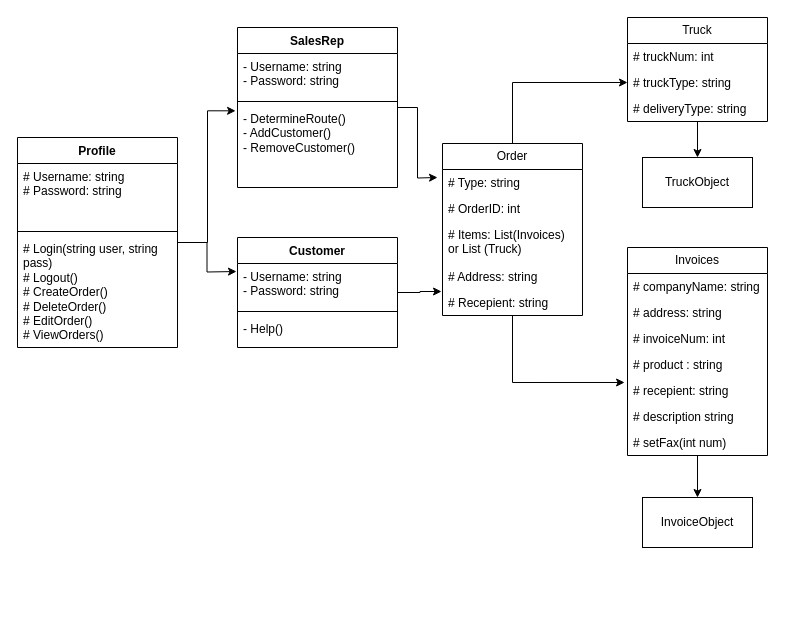
Earlier version of the draw.io diagram Untitled Diagram.drawio (ProjectMalarus/ProjectMalarus). Source tidied: cells renumbered, new cells numbered last; positions are measured from the earlier drawing's top-left corner, leaving out a move shared by most shapes. Both pictures are drawn from the tidied source at 100%, with x=0, y=0 at pixel (17, 17).
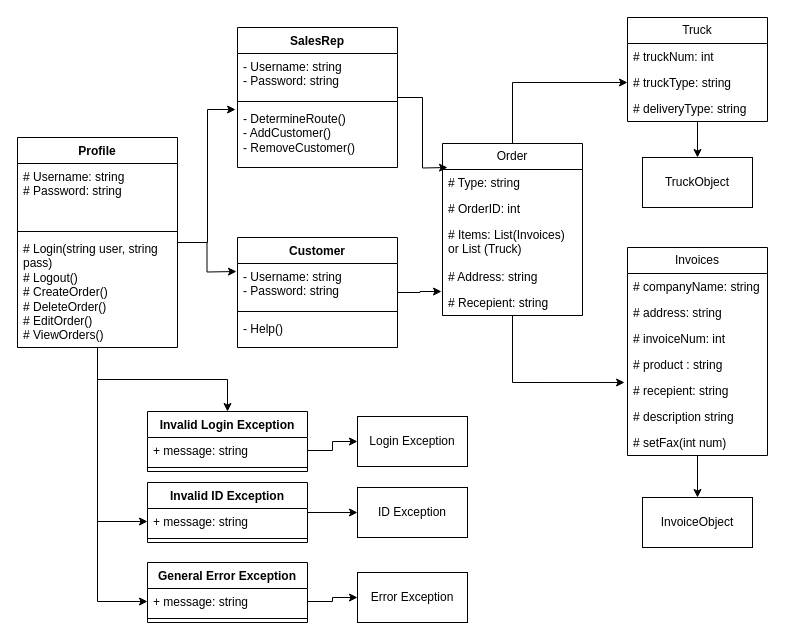
The same diagram, later.

Unchanged cells that the change refers to:
```xml
<mxCell id="2" value="Profile" style="swimlane;fontStyle=1;align=center;verticalAlign=top;horizontal=1;startSize=26;whiteSpace=wrap;html=1;" parent="1" vertex="1">
  <mxGeometry y="120" width="160" height="210" as="geometry" />
</mxCell>
```

Change to the diagram source:
```diff
@@
+    <mxCell id="42" style="edgeStyle=orthogonalEdgeStyle;rounded=0;jettySize=auto;html=1;" parent="1" edge="1" source="2" target="45">
+      <mxGeometry relative="1" as="geometry" />
+    </mxCell>
+    <mxCell id="43" style="edgeStyle=orthogonalEdgeStyle;rounded=0;jettySize=auto;html=1;entryX=0;entryY=0.5;entryDx=0;entryDy=0;" parent="1" edge="1" source="2" target="50">
+      <mxGeometry relative="1" as="geometry" />
+    </mxCell>
+    <mxCell id="44" style="edgeStyle=orthogonalEdgeStyle;rounded=0;jettySize=auto;html=1;entryX=0;entryY=0.5;entryDx=0;entryDy=0;" parent="1" edge="1" source="2" target="53">
+      <mxGeometry relative="1" as="geometry" />
+    </mxCell>
@@
     <mxCell id="6" style="edgeStyle=orthogonalEdgeStyle;rounded=0;jettySize=auto;html=1;" parent="1" edge="1" source="7">
       <mxGeometry relative="1" as="geometry">
-        <mxPoint x="420" y="160" as="targetPoint" />
+        <mxPoint x="430" y="150" as="targetPoint" />
       </mxGeometry>
     </mxCell>
     <mxCell id="7" value="SalesRep" style="swimlane;fontStyle=1;align=center;verticalAlign=top;horizontal=1;startSize=26;whiteSpace=wrap;html=1;" parent="1" vertex="1">
-      <mxGeometry x="220" y="10" width="160" height="160" as="geometry" />
+      <mxGeometry x="220" y="10" width="160" height="140" as="geometry" />
     </mxCell>
@@
     <mxCell id="10" value="&lt;div&gt;- DetermineRoute()&lt;/div&gt;&lt;div&gt;- AddCustomer()&lt;/div&gt;&lt;div&gt;- RemoveCustomer()&lt;/div&gt;" style="text;strokeColor=none;fillColor=none;align=left;verticalAlign=top;spacingLeft=4;spacingRight=4;overflow=hidden;points=[[0,0.5],[1,0.5]];portConstraint=eastwest;whiteSpace=wrap;html=1;" parent="7" vertex="1">
-      <mxGeometry y="78" width="160" height="82" as="geometry" />
+      <mxGeometry y="78" width="160" height="62" as="geometry" />
     </mxCell>
@@
+    <mxCell id="45" value="Invalid Login Exception" style="swimlane;fontStyle=1;align=center;verticalAlign=top;horizontal=1;startSize=26;whiteSpace=wrap;html=1;" parent="1" vertex="1">
+      <mxGeometry x="130" y="394" width="160" height="60" as="geometry" />
+    </mxCell>
+    <mxCell id="46" value="+ message: string&amp;nbsp;" style="text;strokeColor=none;fillColor=none;align=left;verticalAlign=top;spacingLeft=4;spacingRight=4;overflow=hidden;points=[[0,0.5],[1,0.5]];portConstraint=eastwest;whiteSpace=wrap;html=1;" parent="45" vertex="1">
+      <mxGeometry y="26" width="160" height="26" as="geometry" />
+    </mxCell>
+    <mxCell id="47" style="line;strokeWidth=1;fillColor=none;align=left;verticalAlign=middle;spacingTop=-1;spacingLeft=3;spacingRight=3;labelPosition=right;strokeColor=inherit;" parent="45" vertex="1">
+      <mxGeometry y="52" width="160" height="8" as="geometry" />
+    </mxCell>
+    <mxCell id="48" style="edgeStyle=orthogonalEdgeStyle;rounded=0;jettySize=auto;html=1;entryX=0;entryY=0.5;entryDx=0;entryDy=0;" parent="1" edge="1" source="49" target="57">
+      <mxGeometry relative="1" as="geometry" />
+    </mxCell>
+    <mxCell id="49" value="Invalid ID Exception" style="swimlane;fontStyle=1;align=center;verticalAlign=top;horizontal=1;startSize=26;whiteSpace=wrap;html=1;" parent="1" vertex="1">
+      <mxGeometry x="130" y="465" width="160" height="60" as="geometry" />
+    </mxCell>
+    <mxCell id="50" value="+ message: string" style="text;strokeColor=none;fillColor=none;align=left;verticalAlign=top;spacingLeft=4;spacingRight=4;overflow=hidden;points=[[0,0.5],[1,0.5]];portConstraint=eastwest;whiteSpace=wrap;html=1;" parent="49" vertex="1">
+      <mxGeometry y="26" width="160" height="26" as="geometry" />
+    </mxCell>
+    <mxCell id="51" style="line;strokeWidth=1;fillColor=none;align=left;verticalAlign=middle;spacingTop=-1;spacingLeft=3;spacingRight=3;labelPosition=right;strokeColor=inherit;" parent="49" vertex="1">
+      <mxGeometry y="52" width="160" height="8" as="geometry" />
+    </mxCell>
+    <mxCell id="52" value="General Error Exception" style="swimlane;fontStyle=1;align=center;verticalAlign=top;horizontal=1;startSize=26;whiteSpace=wrap;html=1;" parent="1" vertex="1">
+      <mxGeometry x="130" y="545" width="160" height="60" as="geometry" />
+    </mxCell>
+    <mxCell id="53" value="+ message: string" style="text;strokeColor=none;fillColor=none;align=left;verticalAlign=top;spacingLeft=4;spacingRight=4;overflow=hidden;points=[[0,0.5],[1,0.5]];portConstraint=eastwest;whiteSpace=wrap;html=1;" parent="52" vertex="1">
+      <mxGeometry y="26" width="160" height="26" as="geometry" />
+    </mxCell>
+    <mxCell id="54" style="line;strokeWidth=1;fillColor=none;align=left;verticalAlign=middle;spacingTop=-1;spacingLeft=3;spacingRight=3;labelPosition=right;strokeColor=inherit;" parent="52" vertex="1">
+      <mxGeometry y="52" width="160" height="8" as="geometry" />
+    </mxCell>
+    <mxCell id="55" value="Login Exception" style="html=1;whiteSpace=wrap;" parent="1" vertex="1">
+      <mxGeometry x="340" y="399" width="110" height="50" as="geometry" />
+    </mxCell>
+    <mxCell id="56" style="edgeStyle=orthogonalEdgeStyle;rounded=0;jettySize=auto;html=1;entryX=0;entryY=0.5;entryDx=0;entryDy=0;" parent="1" edge="1" source="46" target="55">
+      <mxGeometry relative="1" as="geometry" />
+    </mxCell>
+    <mxCell id="57" value="ID Exception" style="html=1;whiteSpace=wrap;" parent="1" vertex="1">
+      <mxGeometry x="340" y="470" width="110" height="50" as="geometry" />
+    </mxCell>
+    <mxCell id="58" value="Error Exception" style="html=1;whiteSpace=wrap;" parent="1" vertex="1">
+      <mxGeometry x="340" y="555" width="110" height="50" as="geometry" />
+    </mxCell>
+    <mxCell id="59" style="edgeStyle=orthogonalEdgeStyle;rounded=0;jettySize=auto;html=1;entryX=0;entryY=0.5;entryDx=0;entryDy=0;" parent="1" edge="1" source="53" target="58">
+      <mxGeometry relative="1" as="geometry" />
+    </mxCell>
```
